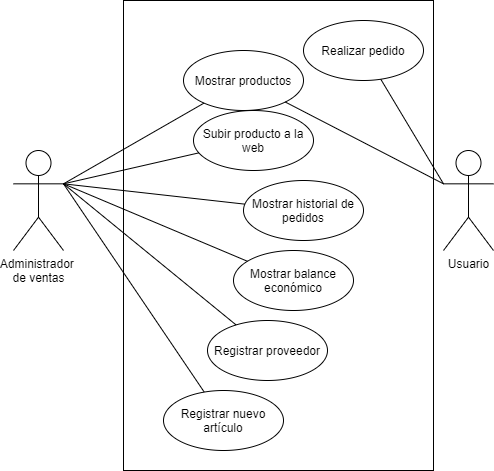
Jesusjbs/clinicaDental-ir keeps this draw.io diagram as Remus/doc/images/CU2.png. Above is the earlier version. Source tidied: cells renumbered, new cells last; positions are measured from the earlier drawing's top-left corner, leaving out a move shared by most shapes.
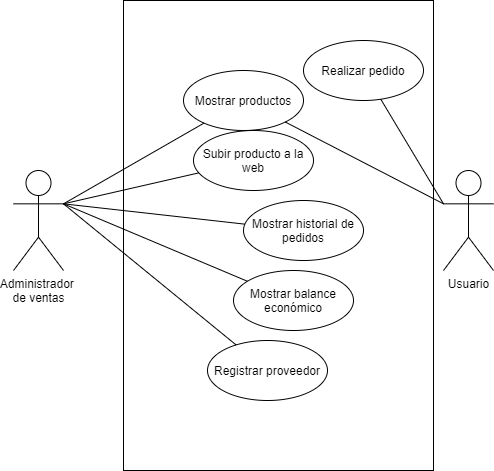
Above is the later version.

Change to the diagram source:
```diff
@@ -2,6 +2,9 @@
   <root>
     <mxCell id="0" />
     <mxCell id="1" parent="0" />
+    <mxCell id="18" style="rounded=0;whiteSpace=wrap;html=1;shadow=0;sketch=0;fillColor=none;gradientColor=none;" parent="1" vertex="1">
+      <mxGeometry x="110" y="-20" width="310" height="470" as="geometry" />
+    </mxCell>
     <mxCell id="2" value="Administrador &lt;br&gt;de ventas" style="shape=umlActor;verticalLabelPosition=bottom;verticalAlign=top;html=1;outlineConnect=0;shadow=0;sketch=0;fillColor=none;gradientColor=none;" parent="1" vertex="1">
       <mxGeometry y="150" width="50" height="100" as="geometry" />
     </mxCell>
@@ -44,15 +47,6 @@
     <mxCell id="15" value="Registrar proveedor" style="ellipse;whiteSpace=wrap;html=1;shadow=0;sketch=0;fillColor=none;gradientColor=none;" parent="1" vertex="1">
       <mxGeometry x="194" y="320" width="120" height="60" as="geometry" />
     </mxCell>
-    <mxCell id="16" style="edgeStyle=none;rounded=0;jettySize=auto;html=1;entryX=1;entryY=0.3333333333333333;entryDx=0;entryDy=0;entryPerimeter=0;startArrow=none;startFill=0;endArrow=none;endFill=0;" parent="1" edge="1" source="17" target="2">
-      <mxGeometry relative="1" as="geometry" />
-    </mxCell>
-    <mxCell id="17" value="Registrar nuevo artículo" style="ellipse;whiteSpace=wrap;html=1;shadow=0;sketch=0;fillColor=none;gradientColor=none;" parent="1" vertex="1">
-      <mxGeometry x="150" y="390" width="120" height="60" as="geometry" />
-    </mxCell>
-    <mxCell id="18" style="rounded=0;whiteSpace=wrap;html=1;shadow=0;sketch=0;fillColor=none;gradientColor=none;" parent="1" vertex="1">
-      <mxGeometry x="110" width="310" height="470" as="geometry" />
-    </mxCell>
     <mxCell id="19" style="rounded=0;jettySize=auto;html=1;startArrow=none;startFill=0;endArrow=none;endFill=0;exitX=0;exitY=0.3333333333333333;exitDx=0;exitDy=0;exitPerimeter=0;" parent="1" edge="1" source="8" target="5">
       <mxGeometry relative="1" as="geometry" />
     </mxCell>
```
